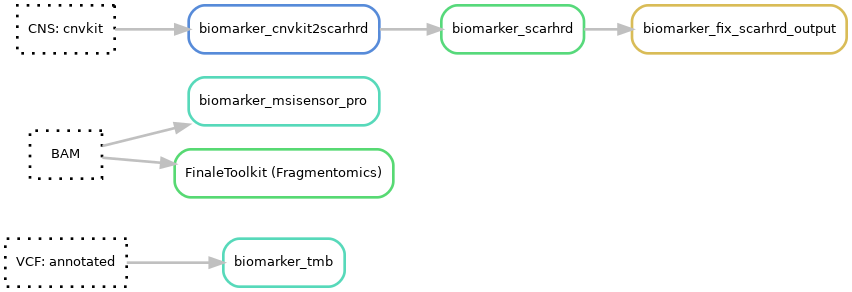
Earlier version of the Graphviz export docs/images/biomarkers.png (genomic-medicine-sweden/Twist_Solid). Its source is kept beside it as docs/images/biomarkers.dot.
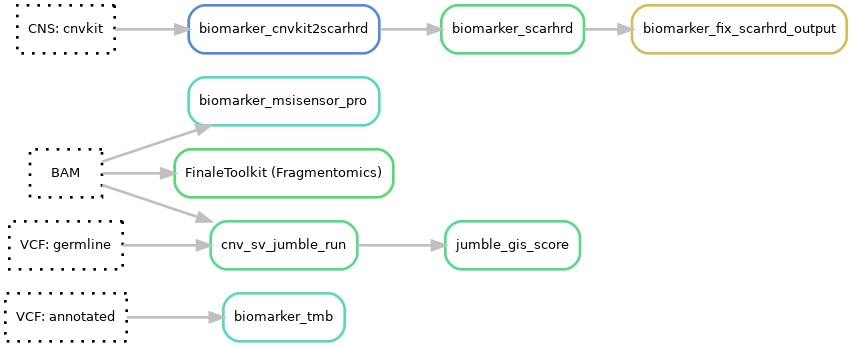
The same file after the commit.

The edit, as a diff of the source:
```diff
@@ -10,10 +10,14 @@
 	111[label = "biomarker_cnvkit2scarhrd", color = "0.60 0.6 0.85", style="rounded"];
 
 	112[label = "FinaleToolkit (Fragmentomics)", color = "0.37 0.6 0.85", style="rounded"];
+	114[label = "cnv_sv_jumble_run", color = "0.40 0.6 0.85", style="rounded"];
+	115[label = "jumble_gis_score", color = "0.40 0.6 0.85", style="rounded"];
 
 	200[label = "VCF: annotated", color = "0.0 0.0 0.0", style="dotted"];
 	201[label = "BAM", color = "0.0 0.0 0.0", style="dotted"];
 	202[label = "CNS: cnvkit", color = "0.0 0.0 0.0", style="dotted"];
+	203[label = "VCF: germline", color = "0.0 0.0 0.0", style="dotted"];
+
 	200 -> 93
 	201 -> 97
 	202 -> 111
@@ -21,4 +25,8 @@
 	111 -> 110
 
 	201 -> 112
+
+	201 -> 114
+	203 -> 114
+	114 -> 115
 }
```
